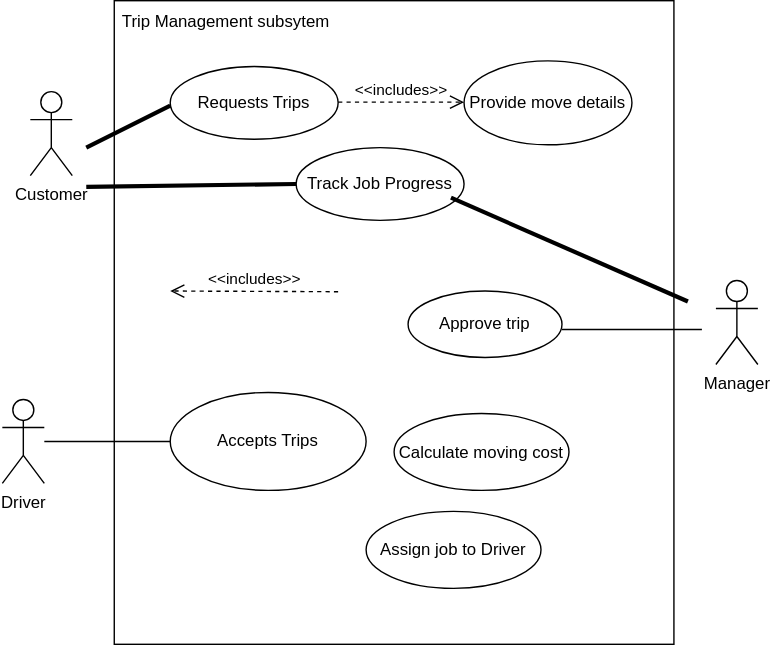
Earlier version of the draw.io export draft1.drawio.svg (KarenM-tech/diagrams). Source tidied: cells renumbered, new cells last; positions are measured from the earlier drawing's top-left corner, leaving out a move shared by most shapes.
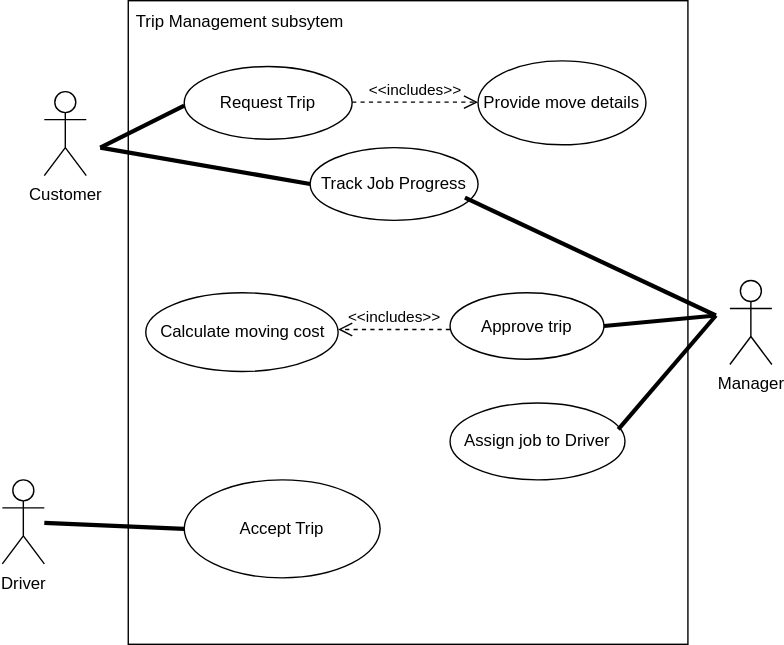
Later version of the same file.

The edit, as a diff of the source:
```diff
@@ -9,7 +9,7 @@
       <mxGeometry x="70" y="5" width="180" height="20" as="geometry" />
     </mxCell>
     <mxCell id="4" value="Driver" style="shape=umlActor;verticalLabelPosition=bottom;verticalAlign=top;html=1;" parent="1" vertex="1">
-      <mxGeometry y="285" width="30" height="60" as="geometry" />
+      <mxGeometry x="-10" y="342.5" width="30" height="60" as="geometry" />
     </mxCell>
     <mxCell id="5" value="Manager" style="shape=umlActor;verticalLabelPosition=bottom;verticalAlign=top;html=1;" parent="1" vertex="1">
       <mxGeometry x="510" y="200" width="30" height="60" as="geometry" />
@@ -17,21 +17,15 @@
     <mxCell id="6" value="Customer" style="shape=umlActor;verticalLabelPosition=bottom;verticalAlign=top;html=1;" parent="1" vertex="1">
       <mxGeometry x="20" y="65" width="30" height="60" as="geometry" />
     </mxCell>
-    <mxCell id="7" value="Accepts Trips" style="ellipse;whiteSpace=wrap;html=1;" parent="1" vertex="1">
-      <mxGeometry x="120" y="280" width="140" height="70" as="geometry" />
+    <mxCell id="7" value="Accept Trip" style="ellipse;whiteSpace=wrap;html=1;" parent="1" vertex="1">
+      <mxGeometry x="120" y="342.5" width="140" height="70" as="geometry" />
     </mxCell>
-    <mxCell id="8" value="Requests Trips" style="ellipse;whiteSpace=wrap;html=1;" parent="1" vertex="1">
+    <mxCell id="8" value="Request Trip" style="ellipse;whiteSpace=wrap;html=1;" parent="1" vertex="1">
       <mxGeometry x="120" y="47" width="120" height="52" as="geometry" />
     </mxCell>
     <mxCell id="9" value="Approve trip" style="ellipse;whiteSpace=wrap;html=1;" parent="1" vertex="1">
-      <mxGeometry x="290" y="207.5" width="110" height="47.5" as="geometry" />
+      <mxGeometry x="310" y="208.8" width="110" height="47.5" as="geometry" />
     </mxCell>
-    <mxCell id="10" style="line;strokeWidth=1;fillColor=none;align=left;verticalAlign=middle;spacingTop=-1;spacingLeft=3;spacingRight=3;labelPosition=right;strokeColor=inherit;" parent="1" vertex="1">
-      <mxGeometry x="30" y="311" width="90" height="8" as="geometry" />
-    </mxCell>
-    <mxCell id="11" style="line;strokeWidth=1;fillColor=none;align=left;verticalAlign=middle;spacingTop=-1;spacingLeft=3;spacingRight=3;labelPosition=right;strokeColor=inherit;" parent="1" vertex="1">
-      <mxGeometry x="400" y="231" width="100" height="8" as="geometry" />
-    </mxCell>
     <mxCell id="12" value="Provide move details " style="ellipse;whiteSpace=wrap;html=1;" parent="1" vertex="1">
       <mxGeometry x="330" y="43" width="120" height="60" as="geometry" />
     </mxCell>
@@ -51,14 +45,14 @@
       </mxGeometry>
     </mxCell>
     <mxCell id="15" value="Calculate moving cost" style="ellipse;whiteSpace=wrap;html=1;" parent="1" vertex="1">
-      <mxGeometry x="280" y="295" width="125" height="55" as="geometry" />
+      <mxGeometry x="92.5" y="208.8" width="137.5" height="56.2" as="geometry" />
     </mxCell>
     <mxCell id="16" value="Assign job to Driver" style="ellipse;whiteSpace=wrap;html=1;" parent="1" vertex="1">
-      <mxGeometry x="260" y="365" width="125" height="55" as="geometry" />
+      <mxGeometry x="310" y="287.5" width="125" height="55" as="geometry" />
     </mxCell>
     <mxCell id="17" style="endArrow=none;startArrow=none;endFill=0;startFill=0;endSize=8;html=1;verticalAlign=bottom;labelBackgroundColor=none;strokeWidth=3;rounded=0;entryX=0;entryY=0.5;entryDx=0;entryDy=0;" parent="1" edge="1" target="18">
       <mxGeometry relative="1" as="geometry">
-        <mxPoint x="60" y="133" as="sourcePoint" />
+        <mxPoint x="60" y="105" as="sourcePoint" />
       </mxGeometry>
     </mxCell>
     <mxCell id="18" value="Track Job Progress" style="ellipse;whiteSpace=wrap;html=1;" parent="1" vertex="1">
@@ -66,14 +60,27 @@
     </mxCell>
     <mxCell id="19" style="endArrow=none;startArrow=none;endFill=0;startFill=0;endSize=8;html=1;verticalAlign=bottom;labelBackgroundColor=none;strokeWidth=3;rounded=0;exitX=0.922;exitY=0.688;exitDx=0;exitDy=0;exitPerimeter=0;" parent="1" edge="1" source="18">
       <mxGeometry relative="1" as="geometry">
-        <mxPoint x="490" y="215" as="targetPoint" />
+        <mxPoint x="500" y="225" as="targetPoint" />
       </mxGeometry>
     </mxCell>
     <mxCell id="20" value="&amp;lt;&amp;lt;includes&amp;gt;&amp;gt;" style="endArrow=open;startArrow=none;endFill=0;startFill=0;endSize=8;html=1;verticalAlign=bottom;dashed=1;labelBackgroundColor=none;rounded=0;" parent="1" edge="1">
       <mxGeometry relative="1" as="geometry">
-        <mxPoint x="240" y="208" as="sourcePoint" />
-        <mxPoint x="120" y="207.5" as="targetPoint" />
+        <mxPoint x="310" y="235" as="sourcePoint" />
+        <mxPoint x="230" y="235" as="targetPoint" />
       </mxGeometry>
     </mxCell>
+    <mxCell id="21" style="endArrow=none;startArrow=none;endFill=0;startFill=0;endSize=8;html=1;verticalAlign=bottom;labelBackgroundColor=none;strokeWidth=3;rounded=0;exitX=0.962;exitY=0.344;exitDx=0;exitDy=0;exitPerimeter=0;" parent="1" edge="1" source="16">
+      <mxGeometry relative="1" as="geometry">
+        <mxPoint x="500" y="225" as="targetPoint" />
+      </mxGeometry>
+    </mxCell>
+    <mxCell id="22" style="endArrow=none;startArrow=none;endFill=0;startFill=0;endSize=8;html=1;verticalAlign=bottom;labelBackgroundColor=none;strokeWidth=3;rounded=0;exitX=1;exitY=0.5;exitDx=0;exitDy=0;" parent="1" edge="1" source="9">
+      <mxGeometry relative="1" as="geometry">
+        <mxPoint x="500" y="225" as="targetPoint" />
+      </mxGeometry>
+    </mxCell>
+    <mxCell id="23" style="endArrow=none;startArrow=none;endFill=0;startFill=0;endSize=8;html=1;verticalAlign=bottom;labelBackgroundColor=none;strokeWidth=3;rounded=0;entryX=0;entryY=0.5;entryDx=0;entryDy=0;" parent="1" edge="1" source="4" target="7">
+      <mxGeometry relative="1" as="geometry" />
+    </mxCell>
   </root>
 </mxGraphModel>
```
